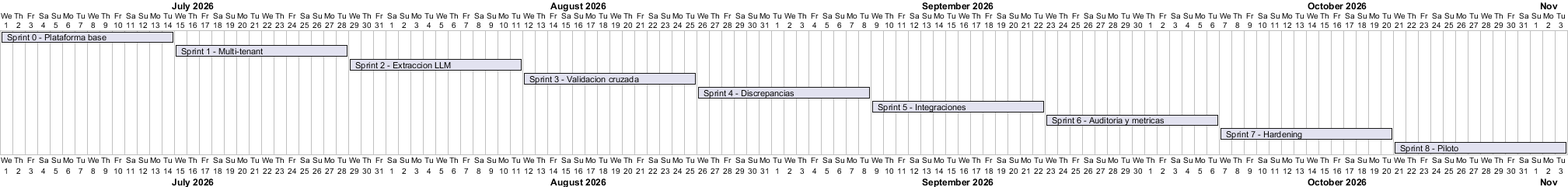
Before: RAG/assets/img/diagramas/cronograma-gantt-rag.png, a diagram exported from PlantUML (sedibuc/documentacion_cintel). The source it was exported from:
```plantuml
@startgantt
Project starts 2026-07-01
[ Sprint 0 - Plataforma base ] starts 2026-07-01 and lasts 14 days
[ Sprint 1 - Multi-tenant ] starts 2026-07-15 and lasts 14 days
[ Sprint 2 - Extraccion LLM ] starts 2026-07-29 and lasts 14 days
[ Sprint 3 - Validacion cruzada ] starts 2026-08-12 and lasts 14 days
[ Sprint 4 - Discrepancias ] starts 2026-08-26 and lasts 14 days
[ Sprint 5 - Integraciones ] starts 2026-09-09 and lasts 14 days
[ Sprint 6 - Auditoria y metricas ] starts 2026-09-23 and lasts 14 days
[ Sprint 7 - Hardening ] starts 2026-10-07 and lasts 14 days
[ Sprint 8 - Piloto ] starts 2026-10-21 and lasts 14 days
@endgantt
```
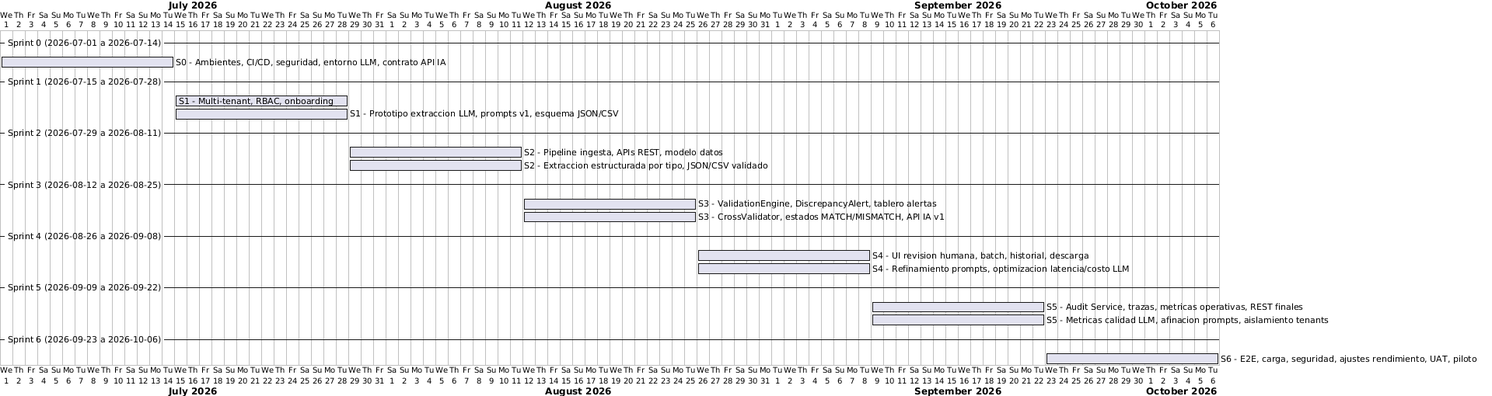
After the change.

What changed in the source:
```diff
@@ -1,12 +1,29 @@
 @startgantt
 Project starts 2026-07-01
-[ Sprint 0 - Plataforma base ] starts 2026-07-01 and lasts 14 days
-[ Sprint 1 - Multi-tenant ] starts 2026-07-15 and lasts 14 days
-[ Sprint 2 - Extraccion LLM ] starts 2026-07-29 and lasts 14 days
-[ Sprint 3 - Validacion cruzada ] starts 2026-08-12 and lasts 14 days
-[ Sprint 4 - Discrepancias ] starts 2026-08-26 and lasts 14 days
-[ Sprint 5 - Integraciones ] starts 2026-09-09 and lasts 14 days
-[ Sprint 6 - Auditoria y metricas ] starts 2026-09-23 and lasts 14 days
-[ Sprint 7 - Hardening ] starts 2026-10-07 and lasts 14 days
-[ Sprint 8 - Piloto ] starts 2026-10-21 and lasts 14 days
+
+-- Sprint 0 (2026-07-01 a 2026-07-14) --
+[S0 - Ambientes, CI/CD, seguridad, entorno LLM, contrato API IA] starts 2026-07-01 and lasts 14 days
+
+-- Sprint 1 (2026-07-15 a 2026-07-28) --
+[S1 - Multi-tenant, RBAC, onboarding] starts 2026-07-15 and lasts 14 days
+[S1 - Prototipo extraccion LLM, prompts v1, esquema JSON/CSV] starts 2026-07-15 and lasts 14 days
+
+-- Sprint 2 (2026-07-29 a 2026-08-11) --
+[S2 - Pipeline ingesta, APIs REST, modelo datos] starts 2026-07-29 and lasts 14 days
+[S2 - Extraccion estructurada por tipo, JSON/CSV validado] starts 2026-07-29 and lasts 14 days
+
+-- Sprint 3 (2026-08-12 a 2026-08-25) --
+[S3 - ValidationEngine, DiscrepancyAlert, tablero alertas] starts 2026-08-12 and lasts 14 days
+[S3 - CrossValidator, estados MATCH/MISMATCH, API IA v1] starts 2026-08-12 and lasts 14 days
+
+-- Sprint 4 (2026-08-26 a 2026-09-08) --
+[S4 - UI revision humana, batch, historial, descarga] starts 2026-08-26 and lasts 14 days
+[S4 - Refinamiento prompts, optimizacion latencia/costo LLM] starts 2026-08-26 and lasts 14 days
+
+-- Sprint 5 (2026-09-09 a 2026-09-22) --
+[S5 - Audit Service, trazas, metricas operativas, REST finales] starts 2026-09-09 and lasts 14 days
+[S5 - Metricas calidad LLM, afinacion prompts, aislamiento tenants] starts 2026-09-09 and lasts 14 days
+
+-- Sprint 6 (2026-09-23 a 2026-10-06) --
+[S6 - E2E, carga, seguridad, ajustes rendimiento, UAT, piloto] starts 2026-09-23 and lasts 14 days
 @endgantt
```
